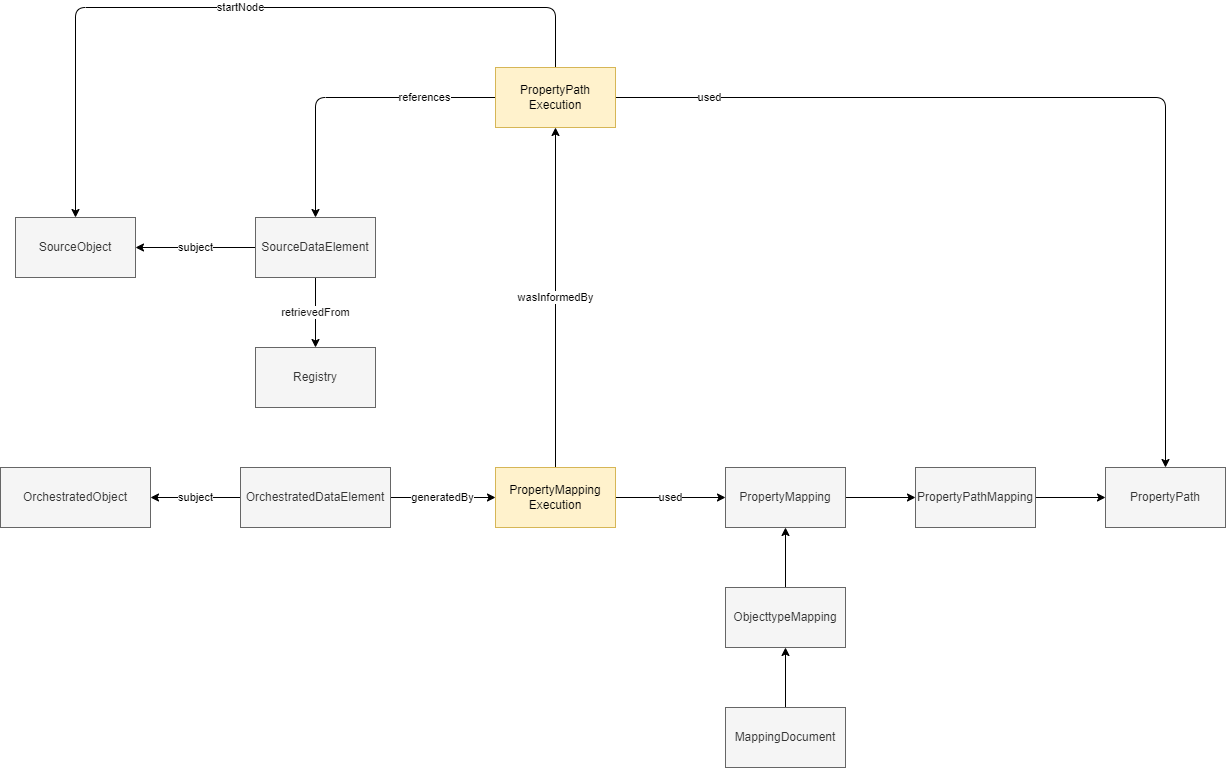
Before: media/level4.2.png, a diagram exported from draw.io (Geonovum/IMX-Metadata). Source tidied: cells renumbered, new cells last; positions are measured from the earlier drawing's top-left corner, leaving out a move shared by most shapes.
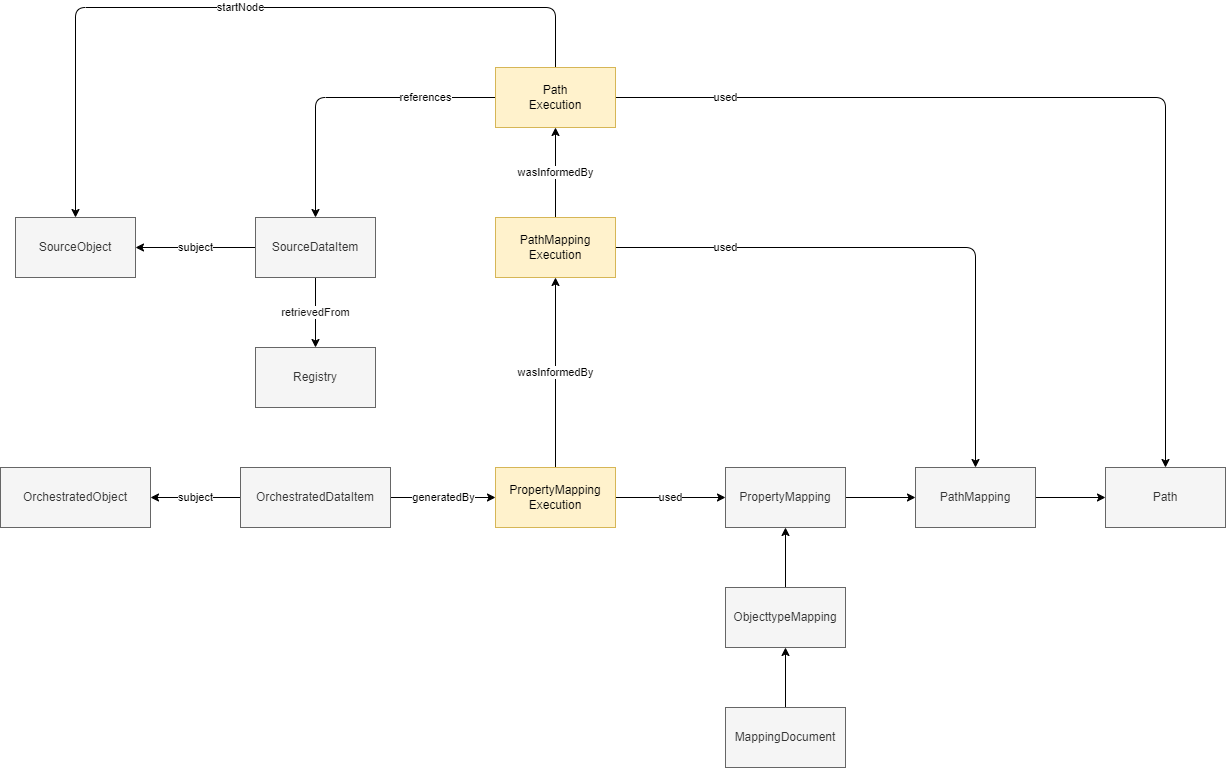
After the change.

The edit, as a diff of the source:
```diff
@@ -8,7 +8,7 @@
     <mxCell id="3" value="generatedBy" style="edgeStyle=none;html=1;" parent="1" edge="1" source="8" target="6">
       <mxGeometry relative="1" as="geometry" />
     </mxCell>
-    <mxCell id="4" value="wasInformedBy" style="edgeStyle=none;html=1;" parent="1" edge="1" source="6" target="12">
+    <mxCell id="4" value="wasInformedBy" style="edgeStyle=none;html=1;" parent="1" edge="1" source="6" target="29">
       <mxGeometry relative="1" as="geometry" />
     </mxCell>
     <mxCell id="5" value="used" style="edgeStyle=none;html=1;" parent="1" edge="1" source="6" target="26">
@@ -20,15 +20,14 @@
     <mxCell id="7" value="SourceObject" style="rounded=0;whiteSpace=wrap;html=1;fillColor=#f5f5f5;fontColor=#333333;strokeColor=#666666;" parent="1" vertex="1">
       <mxGeometry x="15" y="210" width="120" height="60" as="geometry" />
     </mxCell>
-    <mxCell id="8" value="OrchestratedDataElement" style="rounded=0;whiteSpace=wrap;html=1;fillColor=#f5f5f5;fontColor=#333333;strokeColor=#666666;" parent="1" vertex="1">
+    <mxCell id="8" value="OrchestratedDataItem" style="rounded=0;whiteSpace=wrap;html=1;fillColor=#f5f5f5;fontColor=#333333;strokeColor=#666666;" parent="1" vertex="1">
       <mxGeometry x="240" y="460" width="150" height="60" as="geometry" />
     </mxCell>
     <mxCell id="9" value="used" style="edgeStyle=none;html=1;" parent="1" edge="1" source="12" target="22">
-      <mxGeometry x="-0.8" relative="1" as="geometry">
+      <mxGeometry x="-0.76" relative="1" as="geometry">
         <Array as="points">
           <mxPoint x="1165" y="90" />
         </Array>
-        <mxPoint x="1" as="offset" />
       </mxGeometry>
     </mxCell>
     <mxCell id="10" value="references" style="edgeStyle=none;html=1;startArrow=none;" parent="1" edge="1" source="12" target="16">
@@ -47,7 +46,7 @@
         </Array>
       </mxGeometry>
     </mxCell>
-    <mxCell id="12" value="PropertyPath&lt;br&gt;Execution" style="whiteSpace=wrap;html=1;fillColor=#fff2cc;strokeColor=#d6b656;" parent="1" vertex="1">
+    <mxCell id="12" value="Path&lt;br&gt;Execution" style="whiteSpace=wrap;html=1;fillColor=#fff2cc;strokeColor=#d6b656;" parent="1" vertex="1">
       <mxGeometry x="495" y="60" width="120" height="60" as="geometry" />
     </mxCell>
     <mxCell id="13" value="retrievedFrom" style="edgeStyle=none;html=1;fontColor=#121111;" parent="1" edge="1" source="16" target="14">
@@ -59,7 +58,7 @@
     <mxCell id="15" value="subject" style="edgeStyle=none;html=1;" parent="1" edge="1" source="16" target="7">
       <mxGeometry relative="1" as="geometry" />
     </mxCell>
-    <mxCell id="16" value="SourceDataElement" style="rounded=0;whiteSpace=wrap;html=1;fillColor=#f5f5f5;fontColor=#333333;strokeColor=#666666;" parent="1" vertex="1">
+    <mxCell id="16" value="SourceDataItem" style="rounded=0;whiteSpace=wrap;html=1;fillColor=#f5f5f5;fontColor=#333333;strokeColor=#666666;" parent="1" vertex="1">
       <mxGeometry x="255" y="210" width="120" height="60" as="geometry" />
     </mxCell>
     <mxCell id="17" value="OrchestratedObject" style="rounded=0;whiteSpace=wrap;html=1;fillColor=#f5f5f5;fontColor=#333333;strokeColor=#666666;" parent="1" vertex="1">
@@ -74,10 +73,10 @@
     <mxCell id="20" style="edgeStyle=none;html=1;" parent="1" edge="1" source="21" target="22">
       <mxGeometry relative="1" as="geometry" />
     </mxCell>
-    <mxCell id="21" value="PropertyPathMapping" style="rounded=0;whiteSpace=wrap;html=1;fillColor=#f5f5f5;fontColor=#333333;strokeColor=#666666;" parent="1" vertex="1">
+    <mxCell id="21" value="PathMapping" style="rounded=0;whiteSpace=wrap;html=1;fillColor=#f5f5f5;fontColor=#333333;strokeColor=#666666;" parent="1" vertex="1">
       <mxGeometry x="915" y="460" width="120" height="60" as="geometry" />
     </mxCell>
-    <mxCell id="22" value="PropertyPath" style="rounded=0;whiteSpace=wrap;html=1;fillColor=#f5f5f5;fontColor=#333333;strokeColor=#666666;" parent="1" vertex="1">
+    <mxCell id="22" value="Path" style="rounded=0;whiteSpace=wrap;html=1;fillColor=#f5f5f5;fontColor=#333333;strokeColor=#666666;" parent="1" vertex="1">
       <mxGeometry x="1105" y="460" width="120" height="60" as="geometry" />
     </mxCell>
     <mxCell id="23" style="edgeStyle=none;html=1;entryX=0.5;entryY=1;entryDx=0;entryDy=0;" parent="1" edge="1" source="24" target="26">
@@ -92,5 +91,18 @@
     <mxCell id="26" value="PropertyMapping" style="rounded=0;whiteSpace=wrap;html=1;fillColor=#f5f5f5;fontColor=#333333;strokeColor=#666666;" parent="1" vertex="1">
       <mxGeometry x="725" y="460" width="120" height="60" as="geometry" />
     </mxCell>
+    <mxCell id="27" value="wasInformedBy" style="edgeStyle=none;html=1;" parent="1" edge="1" source="29" target="12">
+      <mxGeometry relative="1" as="geometry" />
+    </mxCell>
+    <mxCell id="28" value="used" style="edgeStyle=none;html=1;" parent="1" edge="1" source="29" target="21">
+      <mxGeometry x="-0.62" relative="1" as="geometry">
+        <Array as="points">
+          <mxPoint x="975" y="240" />
+        </Array>
+      </mxGeometry>
+    </mxCell>
+    <mxCell id="29" value="PathMapping&lt;br&gt;Execution" style="whiteSpace=wrap;html=1;fillColor=#fff2cc;strokeColor=#d6b656;" parent="1" vertex="1">
+      <mxGeometry x="495" y="210" width="120" height="60" as="geometry" />
+    </mxCell>
   </root>
 </mxGraphModel>
```
